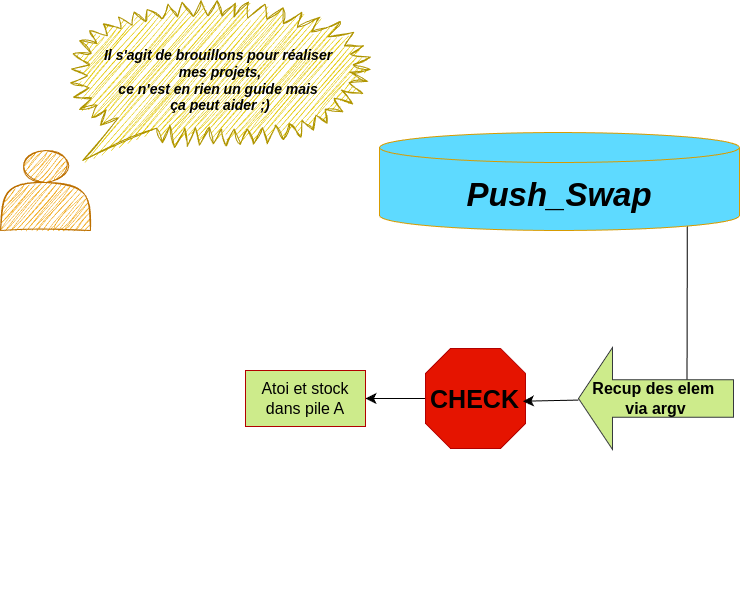
Earlier version of the draw.io export push swap.png (agraille/push_swap). Source tidied: cells renumbered, new cells last; positions are measured from the earlier drawing's top-left corner, leaving out a move shared by most shapes.
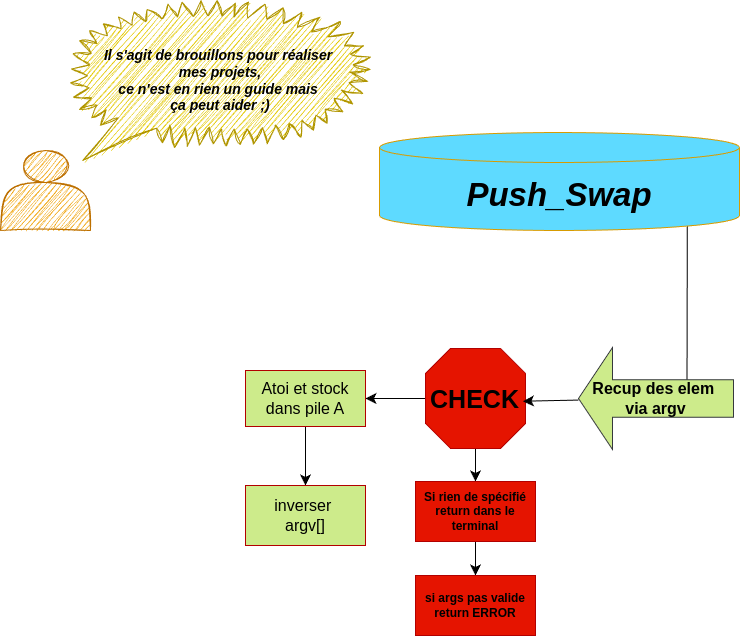
The same file after the commit.

Commit message:
Mettre à jour push swap.png

What changed in the source:
```diff
@@ -20,6 +20,9 @@
     <mxCell id="7" style="edgeStyle=none;curved=1;rounded=0;jettySize=auto;html=1;fontSize=12;startSize=8;endSize=8;" parent="1" edge="1" source="8" target="12">
       <mxGeometry relative="1" as="geometry" />
     </mxCell>
+    <mxCell id="13" style="edgeStyle=none;curved=1;rounded=0;jettySize=auto;html=1;fontSize=12;startSize=8;endSize=8;" parent="1" edge="1" source="8" target="17">
+      <mxGeometry relative="1" as="geometry" />
+    </mxCell>
     <mxCell id="8" style="verticalLabelPosition=bottom;verticalAlign=middle;html=1;shape=mxgraph.basic.polygon;polyCoords=[[0.25,0],[0.75,0],[1,0.25],[1,0.75],[0.75,1],[0.25,1],[0,0.75],[0,0.25]];polyline=0;fillColor=#e51400;strokeColor=#B20000;fontColor=#ffffff;" parent="1" vertex="1">
       <mxGeometry x="425" y="348" width="100" height="100" as="geometry" />
     </mxCell>
@@ -35,8 +38,23 @@
     <mxCell id="11" style="edgeStyle=none;curved=1;rounded=0;jettySize=auto;html=1;entryX=0.974;entryY=0.527;entryDx=0;entryDy=0;entryPerimeter=0;fontSize=12;startSize=8;endSize=8;" parent="1" edge="1" source="6" target="8">
       <mxGeometry relative="1" as="geometry" />
     </mxCell>
+    <mxCell id="14" style="edgeStyle=none;curved=1;rounded=0;jettySize=auto;html=1;fontSize=12;startSize=8;endSize=8;" parent="1" edge="1" source="12" target="15">
+      <mxGeometry relative="1" as="geometry" />
+    </mxCell>
     <mxCell id="12" value="Atoi et stock dans pile A" style="whiteSpace=wrap;html=1;fillColor=#cdeb8b;strokeColor=#B20000;fontColor=#000000;fontSize=16;" parent="1" vertex="1">
       <mxGeometry x="245" y="370" width="120" height="56" as="geometry" />
     </mxCell>
+    <mxCell id="15" value="inverser&amp;nbsp;&lt;div&gt;argv[]&lt;/div&gt;" style="whiteSpace=wrap;html=1;fontSize=16;fillColor=#cdeb8b;strokeColor=#B20000;fontColor=#000000;" parent="1" vertex="1">
+      <mxGeometry x="245" y="485" width="120" height="60" as="geometry" />
+    </mxCell>
+    <mxCell id="16" style="edgeStyle=none;curved=1;rounded=0;jettySize=auto;html=1;fontSize=12;startSize=8;endSize=8;" parent="1" edge="1" source="17" target="18">
+      <mxGeometry relative="1" as="geometry" />
+    </mxCell>
+    <mxCell id="17" value="Si rien de spécifié&lt;div&gt;return dans le terminal&lt;/div&gt;" style="whiteSpace=wrap;html=1;fillColor=#e51400;strokeColor=#B20000;fontColor=#000000;fontStyle=1;" parent="1" vertex="1">
+      <mxGeometry x="415" y="481" width="120" height="60" as="geometry" />
+    </mxCell>
+    <mxCell id="18" value="si args pas valide return ERROR" style="whiteSpace=wrap;html=1;fillColor=#e51400;strokeColor=#B20000;fontColor=#000000;fontStyle=1;" parent="1" vertex="1">
+      <mxGeometry x="415" y="575" width="120" height="60" as="geometry" />
+    </mxCell>
   </root>
 </mxGraphModel>
```
